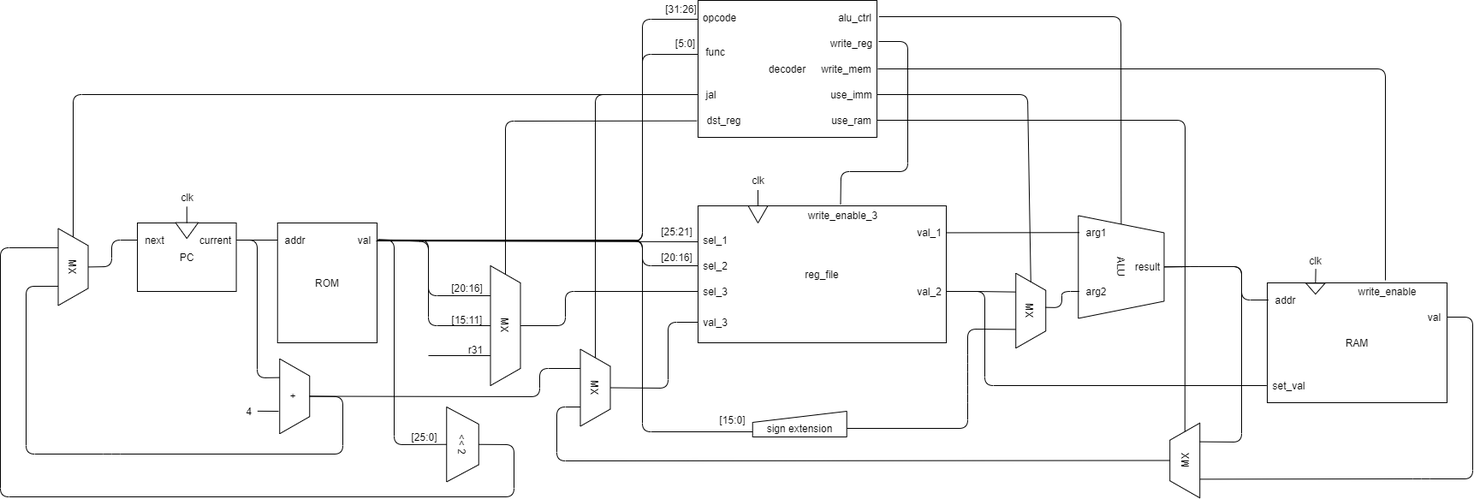
This is doc/img/architecture.drawio.png from 0n1shi/fpga-mips, a draw.io export, as it was before one commit. Source tidied: cells renumbered, new cells last; positions are measured from the earlier drawing's top-left corner, leaving out a move shared by most shapes.
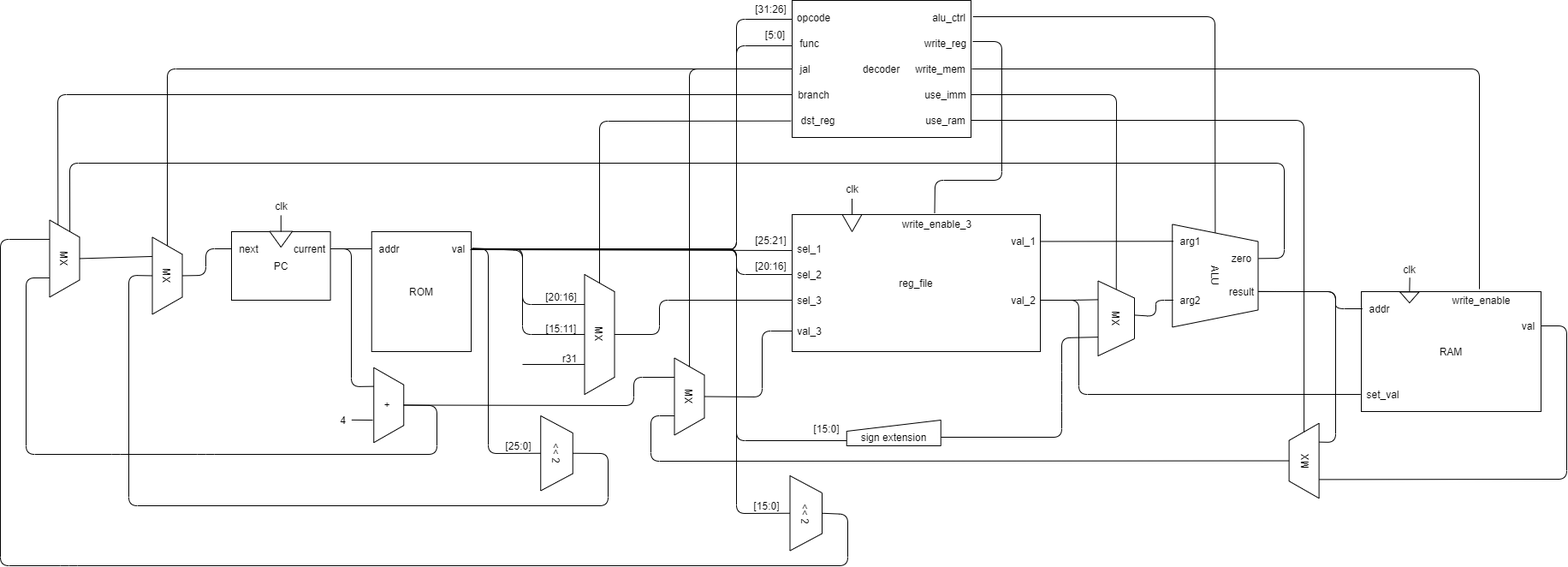
Later version of the same file.

What changed in the source:
```diff
@@ -163,14 +163,15 @@
         </Array>
       </mxGeometry>
     </mxCell>
-    <mxCell id="48" style="endArrow=none;html=1;exitX=0.5;exitY=0;exitDx=0;exitDy=0;entryX=0.75;entryY=1;entryDx=0;entryDy=0;" parent="1" edge="1" source="46" target="86">
+    <mxCell id="48" style="endArrow=none;html=1;exitX=0.5;exitY=0;exitDx=0;exitDy=0;entryX=0.75;entryY=1;entryDx=0;entryDy=0;" parent="1" edge="1" source="46" target="111">
       <mxGeometry relative="1" as="geometry">
         <Array as="points">
           <mxPoint x="400" y="463" />
-          <mxPoint x="400" y="530" />
-          <mxPoint x="130" y="530" />
-          <mxPoint x="30" y="530" />
-          <mxPoint x="30" y="334" />
+          <mxPoint x="400" y="520" />
+          <mxPoint x="130" y="520" />
+          <mxPoint x="30" y="520" />
+          <mxPoint x="-80" y="520" />
+          <mxPoint x="-80" y="314" />
         </Array>
       </mxGeometry>
     </mxCell>
@@ -198,7 +199,7 @@
       </mxGeometry>
     </mxCell>
     <mxCell id="53" value="[31:26]" style="text;html=1;align=center;verticalAlign=middle;" parent="1" vertex="1">
-      <mxGeometry x="770" width="50" height="20" as="geometry" />
+      <mxGeometry x="765" y="-10" width="50" height="20" as="geometry" />
     </mxCell>
     <mxCell id="54" style="edgeStyle=elbowEdgeStyle;elbow=horizontal;endArrow=none;html=1;entryX=0;entryY=0.6;entryDx=0;entryDy=0;entryPerimeter=0;exitX=1.05;exitY=0.55;exitDx=0;exitDy=0;exitPerimeter=0;endFill=0;" parent="1" edge="1" source="12" target="61">
       <mxGeometry relative="1" as="geometry">
@@ -217,12 +218,12 @@
       </mxGeometry>
     </mxCell>
     <mxCell id="56" value="[5:0]" style="text;html=1;align=center;verticalAlign=middle;" parent="1" vertex="1">
-      <mxGeometry x="780" y="40" width="40" height="20" as="geometry" />
+      <mxGeometry x="775" y="20" width="40" height="20" as="geometry" />
     </mxCell>
     <mxCell id="57" style="endArrow=none;html=1;entryX=0;entryY=0.5;entryDx=0;entryDy=0;exitX=1.067;exitY=0.45;exitDx=0;exitDy=0;exitPerimeter=0;" parent="1" edge="1" source="62" target="19">
       <mxGeometry relative="1" as="geometry">
         <Array as="points">
-          <mxPoint x="1309" y="19" />
+          <mxPoint x="1309" y="9" />
         </Array>
       </mxGeometry>
     </mxCell>
@@ -232,46 +233,22 @@
     <mxCell id="59" value="clk" style="text;html=1;align=center;verticalAlign=middle;points=[];" parent="1" vertex="1">
       <mxGeometry x="870" y="200" width="30" height="20" as="geometry" />
     </mxCell>
-    <mxCell id="60" value="decoder" style="rounded=0;whiteSpace=wrap;html=1;" parent="1" vertex="1">
-      <mxGeometry x="815" width="209" height="160" as="geometry" />
-    </mxCell>
-    <mxCell id="61" value="opcode" style="text;html=1;align=center;verticalAlign=middle;points=[];" parent="1" vertex="1">
-      <mxGeometry x="815" y="10" width="50" height="20" as="geometry" />
-    </mxCell>
-    <mxCell id="62" value="alu_ctrl" style="text;html=1;align=center;verticalAlign=middle;points=[];" parent="1" vertex="1">
-      <mxGeometry x="973" y="10" width="50" height="20" as="geometry" />
-    </mxCell>
-    <mxCell id="63" value="func" style="text;html=1;align=center;verticalAlign=middle;points=[];" parent="1" vertex="1">
-      <mxGeometry x="815" y="50" width="40" height="20" as="geometry" />
-    </mxCell>
-    <mxCell id="64" value="write_reg" style="text;html=1;align=center;verticalAlign=middle;points=[];" parent="1" vertex="1">
-      <mxGeometry x="964" y="40" width="60" height="20" as="geometry" />
-    </mxCell>
-    <mxCell id="65" value="write_mem" style="text;html=1;align=center;verticalAlign=middle;points=[];" parent="1" vertex="1">
-      <mxGeometry x="953" y="70" width="70" height="20" as="geometry" />
-    </mxCell>
     <mxCell id="66" style="endArrow=none;html=1;entryX=1.033;entryY=0.4;entryDx=0;entryDy=0;entryPerimeter=0;exitX=0.475;exitY=-0.15;exitDx=0;exitDy=0;exitPerimeter=0;" parent="1" edge="1" source="31" target="64">
       <mxGeometry relative="1" as="geometry">
         <Array as="points">
           <mxPoint x="982" y="200" />
           <mxPoint x="1060" y="200" />
-          <mxPoint x="1060" y="48" />
+          <mxPoint x="1060" y="38" />
         </Array>
       </mxGeometry>
     </mxCell>
     <mxCell id="67" style="endArrow=none;html=1;entryX=1.029;entryY=0.5;entryDx=0;entryDy=0;entryPerimeter=0;exitX=0.475;exitY=-0.147;exitDx=0;exitDy=0;exitPerimeter=0;" parent="1" edge="1" source="42" target="65">
       <mxGeometry relative="1" as="geometry">
         <Array as="points">
-          <mxPoint x="1618" y="80" />
+          <mxPoint x="1618" y="70" />
         </Array>
       </mxGeometry>
     </mxCell>
-    <mxCell id="68" value="use_imm" style="text;html=1;align=center;verticalAlign=middle;points=[];" parent="1" vertex="1">
-      <mxGeometry x="964" y="100" width="60" height="20" as="geometry" />
-    </mxCell>
-    <mxCell id="69" value="dst_reg" style="text;html=1;align=center;verticalAlign=middle;points=[];" parent="1" vertex="1">
-      <mxGeometry x="815" y="130" width="60" height="20" as="geometry" />
-    </mxCell>
     <mxCell id="70" style="edgeStyle=orthogonalEdgeStyle;rounded=0;jettySize=auto;html=1;exitX=0.75;exitY=1;exitDx=0;exitDy=0;endArrow=none;endFill=0;" parent="1" edge="1" source="91">
       <mxGeometry relative="1" as="geometry">
         <mxPoint x="500" y="415" as="targetPoint" />
@@ -280,7 +257,7 @@
     <mxCell id="71" style="endArrow=none;html=1;entryX=-0.022;entryY=0.534;entryDx=0;entryDy=0;entryPerimeter=0;exitX=0;exitY=0.5;exitDx=0;exitDy=0;" parent="1" edge="1" source="91" target="69">
       <mxGeometry relative="1" as="geometry">
         <Array as="points">
-          <mxPoint x="590" y="141" />
+          <mxPoint x="590" y="131" />
         </Array>
       </mxGeometry>
     </mxCell>
@@ -304,12 +281,12 @@
       <mxGeometry x="765" y="290" width="50" height="20" as="geometry" />
     </mxCell>
     <mxCell id="75" value="MX" style="shape=trapezoid;perimeter=trapezoidPerimeter;whiteSpace=wrap;html=1;fixedSize=1;align=center;rotation=90;" parent="1" vertex="1">
-      <mxGeometry x="1160" y="345" width="87.5" height="35" as="geometry" />
+      <mxGeometry x="1150" y="340" width="87.5" height="42.5" as="geometry" />
     </mxCell>
     <mxCell id="76" style="endArrow=none;html=1;entryX=0.994;entryY=0.5;entryDx=0;entryDy=0;entryPerimeter=0;exitX=0;exitY=0.5;exitDx=0;exitDy=0;" parent="1" edge="1" source="75" target="68">
       <mxGeometry relative="1" as="geometry">
         <Array as="points">
-          <mxPoint x="1200" y="110" />
+          <mxPoint x="1194" y="100" />
         </Array>
       </mxGeometry>
     </mxCell>
@@ -322,13 +299,13 @@
       </mxGeometry>
     </mxCell>
     <mxCell id="78" value="result" style="text;html=1;align=center;verticalAlign=middle;points=[];" parent="1" vertex="1">
-      <mxGeometry x="1320" y="301.4" width="40" height="20" as="geometry" />
+      <mxGeometry x="1320" y="320" width="40" height="20" as="geometry" />
     </mxCell>
     <mxCell id="79" style="endArrow=none;html=1;exitX=0.992;exitY=0.495;exitDx=0;exitDy=0;exitPerimeter=0;entryX=0;entryY=0.5;entryDx=0;entryDy=0;entryPerimeter=0;" parent="1" edge="1" source="78" target="39">
       <mxGeometry relative="1" as="geometry">
         <Array as="points">
-          <mxPoint x="1390" y="311" />
-          <mxPoint x="1450" y="311" />
+          <mxPoint x="1390" y="330" />
+          <mxPoint x="1450" y="330" />
           <mxPoint x="1450" y="350" />
         </Array>
       </mxGeometry>
@@ -355,19 +332,16 @@
     <mxCell id="83" value="[25:0]" style="text;html=1;align=center;verticalAlign=middle;" parent="1" vertex="1">
       <mxGeometry x="470" y="500" width="50" height="20" as="geometry" />
     </mxCell>
-    <mxCell id="84" style="endArrow=none;html=1;exitX=0.5;exitY=0;exitDx=0;exitDy=0;entryX=0.25;entryY=1;entryDx=0;entryDy=0;" parent="1" edge="1" source="81" target="86">
+    <mxCell id="84" style="endArrow=none;html=1;exitX=0.5;exitY=0;exitDx=0;exitDy=0;entryX=0.5;entryY=1;entryDx=0;entryDy=0;" parent="1" edge="1" source="81" target="86">
       <mxGeometry relative="1" as="geometry">
         <Array as="points">
           <mxPoint x="600" y="519" />
           <mxPoint x="600" y="580" />
-          <mxPoint y="580" />
-          <mxPoint y="289" />
+          <mxPoint x="40" y="580" />
+          <mxPoint x="40" y="311" />
         </Array>
       </mxGeometry>
     </mxCell>
-    <mxCell id="85" value="jal" style="text;html=1;align=center;verticalAlign=middle;points=[];" parent="1" vertex="1">
-      <mxGeometry x="815" y="100" width="30" height="20" as="geometry" />
-    </mxCell>
     <mxCell id="86" value="MX" style="shape=trapezoid;perimeter=trapezoidPerimeter;whiteSpace=wrap;html=1;fixedSize=1;align=center;rotation=90;" parent="1" vertex="1">
       <mxGeometry x="40" y="293.9" width="90" height="35" as="geometry" />
     </mxCell>
@@ -382,7 +356,7 @@
     <mxCell id="88" style="endArrow=none;html=1;entryX=0;entryY=0.5;entryDx=0;entryDy=0;entryPerimeter=0;exitX=0;exitY=0.5;exitDx=0;exitDy=0;" parent="1" edge="1" source="86" target="85">
       <mxGeometry relative="1" as="geometry">
         <Array as="points">
-          <mxPoint x="85" y="110" />
+          <mxPoint x="85" y="70" />
         </Array>
       </mxGeometry>
     </mxCell>
@@ -423,28 +397,26 @@
     <mxCell id="97" style="endArrow=none;html=1;entryX=0;entryY=0.5;entryDx=0;entryDy=0;entryPerimeter=0;exitX=0;exitY=0.5;exitDx=0;exitDy=0;" parent="1" edge="1" source="89" target="85">
       <mxGeometry relative="1" as="geometry">
         <Array as="points">
-          <mxPoint x="695" y="110" />
+          <mxPoint x="695" y="70" />
         </Array>
       </mxGeometry>
     </mxCell>
     <mxCell id="98" style="endArrow=none;html=1;entryX=0.999;entryY=0.5;entryDx=0;entryDy=0;entryPerimeter=0;exitX=0.25;exitY=1;exitDx=0;exitDy=0;" parent="1" edge="1" source="99" target="40">
       <mxGeometry relative="1" as="geometry">
         <Array as="points">
-          <mxPoint x="1660" y="559" />
-          <mxPoint x="1720" y="559" />
+          <mxPoint x="1720" y="549" />
           <mxPoint x="1720" y="370" />
         </Array>
       </mxGeometry>
     </mxCell>
     <mxCell id="99" value="MX" style="shape=trapezoid;perimeter=trapezoidPerimeter;whiteSpace=wrap;html=1;fixedSize=1;align=center;rotation=-90;" parent="1" vertex="1">
-      <mxGeometry x="1340" y="520" width="87.5" height="35" as="geometry" />
+      <mxGeometry x="1369.4" y="510" width="87.5" height="35" as="geometry" />
     </mxCell>
     <mxCell id="100" style="endArrow=none;html=1;entryX=0.992;entryY=0.495;entryDx=0;entryDy=0;entryPerimeter=0;exitX=0.75;exitY=1;exitDx=0;exitDy=0;" parent="1" edge="1" source="99" target="78">
       <mxGeometry relative="1" as="geometry">
         <Array as="points">
-          <mxPoint x="1450" y="516" />
-          <mxPoint x="1450" y="311" />
-          <mxPoint x="1390" y="311" />
+          <mxPoint x="1450" y="506" />
+          <mxPoint x="1450" y="330" />
         </Array>
       </mxGeometry>
     </mxCell>
@@ -452,19 +424,102 @@
       <mxGeometry relative="1" as="geometry">
         <Array as="points">
           <mxPoint x="650" y="475" />
-          <mxPoint x="650" y="538" />
+          <mxPoint x="650" y="528" />
         </Array>
       </mxGeometry>
     </mxCell>
+    <mxCell id="103" style="endArrow=none;html=1;entryX=1;entryY=0.5;entryDx=0;entryDy=0;entryPerimeter=0;exitX=1;exitY=0.5;exitDx=0;exitDy=0;" parent="1" edge="1" source="99" target="102">
+      <mxGeometry relative="1" as="geometry">
+        <Array as="points">
+          <mxPoint x="1413" y="130" />
+        </Array>
+      </mxGeometry>
+    </mxCell>
+    <mxCell id="104" value="&amp;lt;&amp;lt; 2" style="shape=trapezoid;perimeter=trapezoidPerimeter;whiteSpace=wrap;html=1;fixedSize=1;align=center;rotation=90;" parent="1" vertex="1">
+      <mxGeometry x="787.5" y="570" width="87.5" height="37.5" as="geometry" />
+    </mxCell>
+    <mxCell id="105" style="endArrow=none;html=1;exitX=0.5;exitY=1;exitDx=0;exitDy=0;entryX=1;entryY=0.5;entryDx=0;entryDy=0;entryPerimeter=0;" parent="1" edge="1" source="104" target="12">
+      <mxGeometry relative="1" as="geometry">
+        <Array as="points">
+          <mxPoint x="750" y="589" />
+          <mxPoint x="750" y="280" />
+        </Array>
+      </mxGeometry>
+    </mxCell>
+    <mxCell id="106" style="endArrow=none;html=1;exitX=0.5;exitY=0;exitDx=0;exitDy=0;entryX=0.25;entryY=1;entryDx=0;entryDy=0;" parent="1" edge="1" source="104" target="111">
+      <mxGeometry relative="1" as="geometry">
+        <Array as="points">
+          <mxPoint x="880" y="590" />
+          <mxPoint x="880" y="650" />
+          <mxPoint x="-30" y="650" />
+          <mxPoint x="-110" y="650" />
+          <mxPoint x="-110" y="269" />
+        </Array>
+      </mxGeometry>
+    </mxCell>
+    <mxCell id="107" value="[15:0]" style="text;html=1;align=center;verticalAlign=middle;" parent="1" vertex="1">
+      <mxGeometry x="760" y="570" width="50" height="20" as="geometry" />
+    </mxCell>
+    <mxCell id="108" style="group;" parent="1" vertex="1">
+      <mxGeometry x="815" y="-10" width="209" height="160" as="geometry" />
+    </mxCell>
+    <mxCell id="60" value="decoder" style="rounded=0;whiteSpace=wrap;html=1;" parent="108" vertex="1">
+      <mxGeometry width="209" height="160" as="geometry" />
+    </mxCell>
+    <mxCell id="61" value="opcode" style="text;html=1;align=center;verticalAlign=middle;points=[];" parent="108" vertex="1">
+      <mxGeometry y="10" width="50" height="20" as="geometry" />
+    </mxCell>
+    <mxCell id="62" value="alu_ctrl" style="text;html=1;align=center;verticalAlign=middle;points=[];" parent="108" vertex="1">
+      <mxGeometry x="158" y="10" width="50" height="20" as="geometry" />
+    </mxCell>
+    <mxCell id="63" value="func" style="text;html=1;align=center;verticalAlign=middle;points=[];" parent="108" vertex="1">
+      <mxGeometry y="40" width="40" height="20" as="geometry" />
+    </mxCell>
+    <mxCell id="64" value="write_reg" style="text;html=1;align=center;verticalAlign=middle;points=[];" parent="108" vertex="1">
+      <mxGeometry x="149" y="40" width="60" height="20" as="geometry" />
+    </mxCell>
+    <mxCell id="65" value="write_mem" style="text;html=1;align=center;verticalAlign=middle;points=[];" parent="108" vertex="1">
+      <mxGeometry x="138" y="70" width="70" height="20" as="geometry" />
+    </mxCell>
+    <mxCell id="68" value="use_imm" style="text;html=1;align=center;verticalAlign=middle;points=[];" parent="108" vertex="1">
+      <mxGeometry x="149" y="100" width="60" height="20" as="geometry" />
+    </mxCell>
+    <mxCell id="69" value="dst_reg" style="text;html=1;align=center;verticalAlign=middle;points=[];" parent="108" vertex="1">
+      <mxGeometry y="130" width="60" height="20" as="geometry" />
+    </mxCell>
+    <mxCell id="85" value="jal" style="text;html=1;align=center;verticalAlign=middle;points=[];" parent="108" vertex="1">
+      <mxGeometry y="70" width="30" height="20" as="geometry" />
+    </mxCell>
-    <mxCell id="102" value="use_ram" style="text;html=1;align=center;verticalAlign=middle;points=[];" parent="1" vertex="1">
-      <mxGeometry x="964" y="130" width="60" height="20" as="geometry" />
+    <mxCell id="102" value="use_ram" style="text;html=1;align=center;verticalAlign=middle;points=[];" parent="108" vertex="1">
+      <mxGeometry x="149" y="130" width="60" height="20" as="geometry" />
     </mxCell>
-    <mxCell id="103" style="endArrow=none;html=1;entryX=1;entryY=0.5;entryDx=0;entryDy=0;entryPerimeter=0;exitX=1;exitY=0.5;exitDx=0;exitDy=0;" parent="1" edge="1" source="99" target="102">
-      <mxGeometry relative="1" as="geometry">
-        <Array as="points">
-          <mxPoint x="1384" y="140" />
-        </Array>
-      </mxGeometry>
-    </mxCell>
+    <mxCell id="109" value="branch" style="text;html=1;align=center;verticalAlign=middle;points=[];" parent="108" vertex="1">
+      <mxGeometry y="100" width="50" height="20" as="geometry" />
+    </mxCell>
+    <mxCell id="110" value="zero" style="text;html=1;align=center;verticalAlign=middle;points=[];" parent="1" vertex="1">
+      <mxGeometry x="1320" y="281.4" width="40" height="20" as="geometry" />
+    </mxCell>
+    <mxCell id="111" value="MX" style="shape=trapezoid;perimeter=trapezoidPerimeter;whiteSpace=wrap;html=1;fixedSize=1;align=center;rotation=90;" parent="1" vertex="1">
+      <mxGeometry x="-80" y="273.9" width="90" height="35" as="geometry" />
+    </mxCell>
+    <mxCell id="112" style="endArrow=none;html=1;exitX=0.5;exitY=0;exitDx=0;exitDy=0;entryX=0.25;entryY=1;entryDx=0;entryDy=0;" parent="1" edge="1" source="111" target="86">
+      <mxGeometry relative="1" as="geometry" />
+    </mxCell>
+    <mxCell id="113" style="endArrow=none;html=1;entryX=0;entryY=0.25;entryDx=0;entryDy=0;exitX=1;exitY=0.495;exitDx=0;exitDy=0;exitPerimeter=0;" parent="1" edge="1" source="110" target="111">
+      <mxGeometry relative="1" as="geometry">
+        <Array as="points">
+          <mxPoint x="1390" y="291" />
+          <mxPoint x="1390" y="180" />
+          <mxPoint x="-29" y="180" />
+        </Array>
+      </mxGeometry>
+    </mxCell>
+    <mxCell id="114" style="endArrow=none;html=1;exitX=0;exitY=0.75;exitDx=0;exitDy=0;entryX=0;entryY=0.5;entryDx=0;entryDy=0;entryPerimeter=0;" parent="1" edge="1" source="111" target="109">
+      <mxGeometry relative="1" as="geometry">
+        <Array as="points">
+          <mxPoint x="-43" y="100" />
+        </Array>
+      </mxGeometry>
+    </mxCell>
   </root>
 </mxGraphModel>
```
